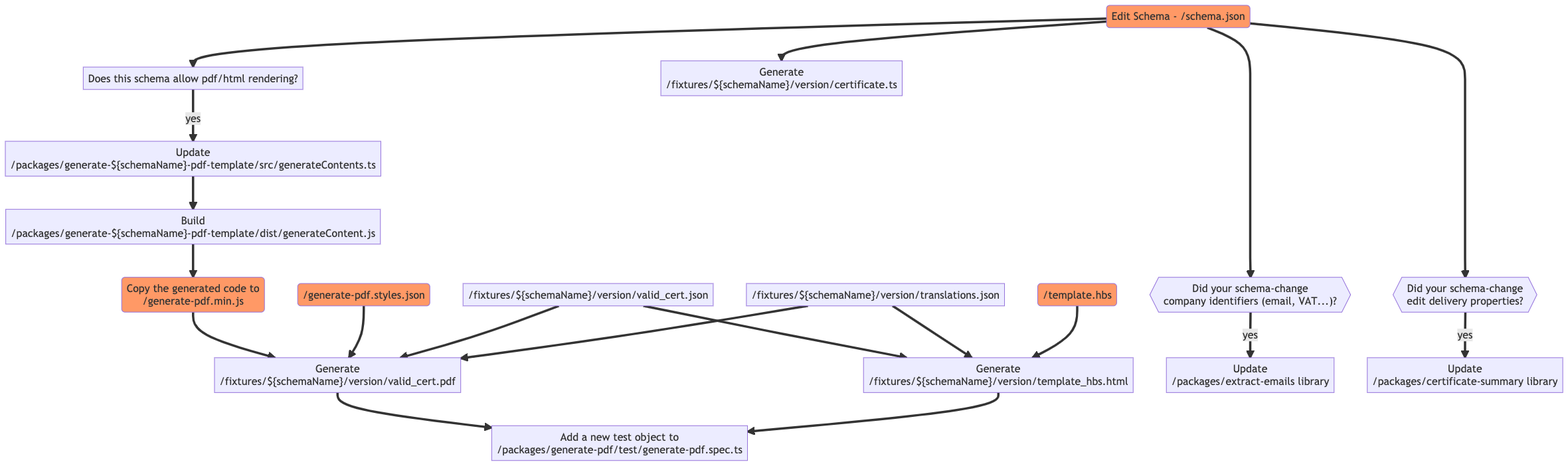
This is updating-schemas/dependency-graph.png from s1seven/SEP, a Mermaid export, as it was before one commit. Its source is kept beside it as updating-schemas/dependency-graph.mmd.
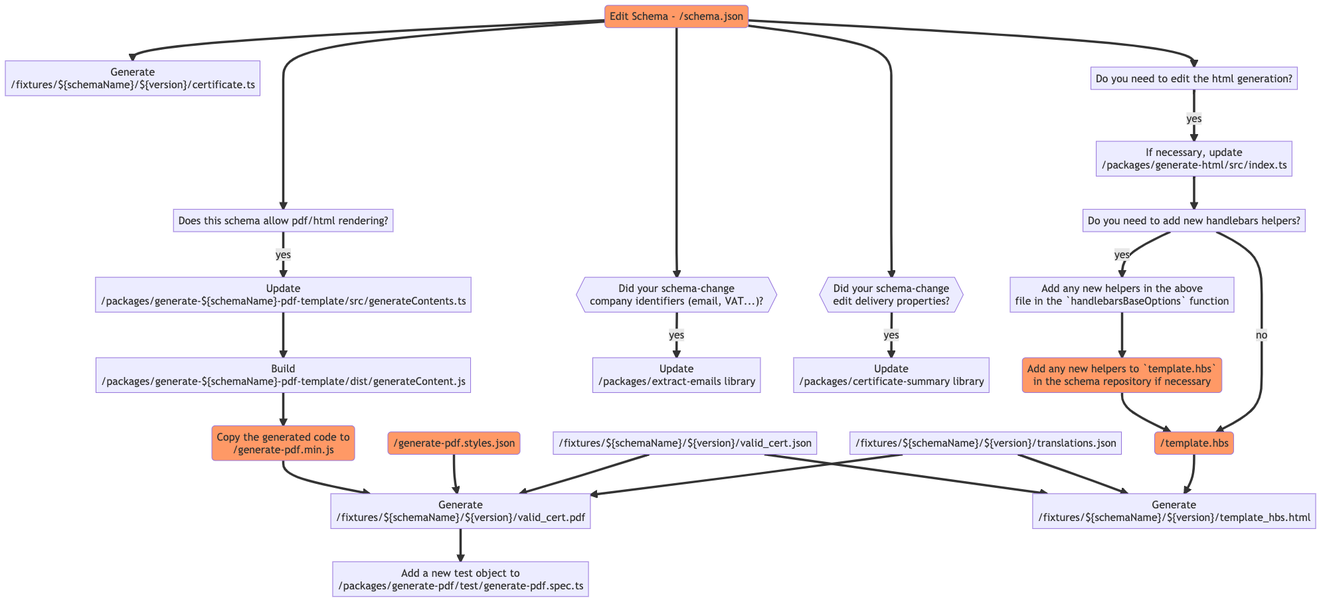
After the change.

Commit message:
docs: update dependency graph and readme to include generate-html

What changed in the source:
```diff
@@ -1,16 +1,19 @@
 flowchart TB
   schema(Edit Schema - /schema.json)
-  schema ==> allowsRendering[Does this schema allow pdf/html rendering?] ==yes==> generateContentTS["Update<br>/packages/generate-${schemaName}-pdf-template/src/generateContents.ts"] ==> generateContentJS["Build<br>/packages/generate-${schemaName}-pdf-template/dist/generateContent.js"] ==> generatePDFmin(Copy the generated code to<br>/generate-pdf.min.js) ==> validCert["Generate<br>/fixtures/${schemaName}/version/valid_cert.pdf"]
-  schema ==> certificatets["Generate<br>/fixtures/${schemaName}/version/certificate.ts"]
+  schema ==> allowsRendering[Does this schema allow pdf/html rendering?] ==yes==> generateContentTS["Update<br>/packages/generate-${schemaName}-pdf-template/src/generateContents.ts"] ==> generateContentJS["Build<br>/packages/generate-${schemaName}-pdf-template/dist/generateContent.js"] ==> generatePDFmin(Copy the generated code to<br>/generate-pdf.min.js) ==> validCert["Generate<br>/fixtures/${schemaName}/${version}/valid_cert.pdf"]
   generateStyles(/generate-pdf.styles.json) ==> validCert
-  vaidCertJSON["/fixtures/${schemaName}/version/valid_cert.json"] & translations["/fixtures/${schemaName}/version/translations.json"] ==> generateTemplateHBS["Generate<br>/fixtures/${schemaName}/version/template_hbs.html"] & validCert
+  vaidCertJSON["/fixtures/${schemaName}/${version}/valid_cert.json"] & translations["/fixtures/${schemaName}/${version}/translations.json"] ==> generateTemplateHBS["Generate<br>/fixtures/${schemaName}/${version}/template_hbs.html"] & validCert
   templateHBS(/template.hbs) ==> generateTemplateHBS
-  validCert & generateTemplateHBS ==> generatePDFSpec[Add a new test object to<br>/packages/generate-pdf/test/generate-pdf.spec.ts]
+  validCert ==> generatePDFSpec[Add a new test object to<br>/packages/generate-pdf/test/generate-pdf.spec.ts]
 
   schema =====> emailOrVatId{{"Did your schema-change<br>company identifiers (email, VAT...)?"}} ==yes==> updateExtractEmails[Update<br>/packages/extract-emails library]
   schema =====> deliveryProps{{Did your schema-change<br>edit delivery properties?}} ==yes==> updateCertificateSummary[Update<br>/packages/certificate-summary library]
+  schema ==> certificatets["Generate<br>/fixtures/${schemaName}/${version}/certificate.ts"]
+  schema ==> editHtmlGeneration[Do you need to edit the html generation?] ==yes==> generateHtml[If necessary, update<br>/packages/generate-html/src/index.ts] ==> needHelpers[Do you need to add new handlebars helpers?] ==yes==> generateHtmlHelpers[Add any new helpers in the above<br>file in the `handlebarsBaseOptions` function] ==> updateTemplate(Add any new helpers to `template.hbs`<br>in the schema repository if necessary) ==> templateHBS
+  needHelpers ==no==> templateHBS
 
   style schema fill:#f96
   style generatePDFmin fill:#f96
   style generateStyles fill:#f96
   style templateHBS fill:#f96
+  style updateTemplate fill:#f96
```
